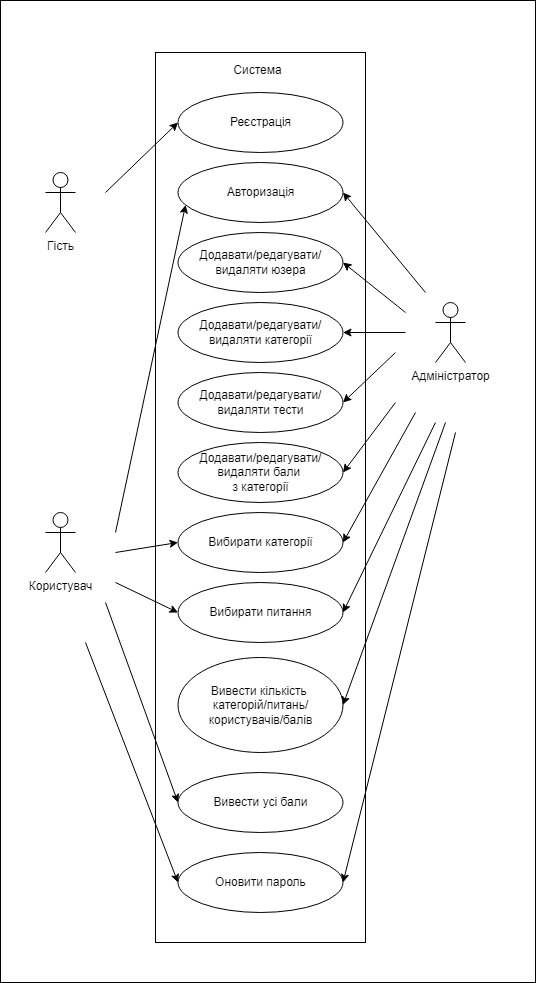
Before: diagrams/usecase.png, a diagram exported from draw.io (YashaBlendeer/VisualNovelGallery). Source tidied: cells renumbered, new cells last; positions are measured from the earlier drawing's top-left corner, leaving out a move shared by most shapes.
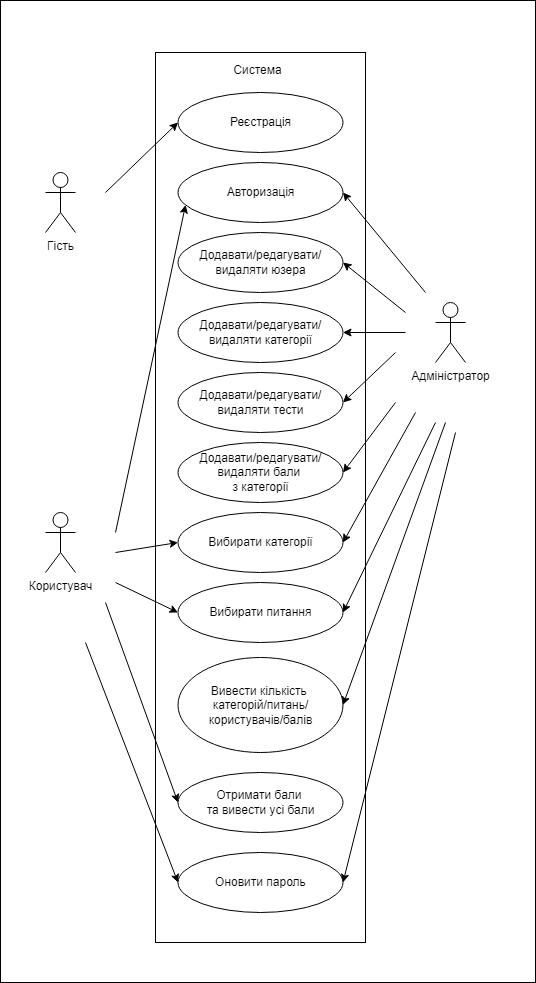
Above is the later version.

Commit message:
update usecase diagram

Change to the diagram source:
```diff
@@ -99,7 +99,7 @@
     <mxCell id="26" value="Система" style="text;html=1;align=center;verticalAlign=middle;strokeColor=none;fillColor=none;" parent="1" vertex="1">
       <mxGeometry x="227" y="60" width="60" height="20" as="geometry" />
     </mxCell>
-    <mxCell id="27" value="Вивести усі бали" style="ellipse;whiteSpace=wrap;html=1;" parent="1" vertex="1">
+    <mxCell id="27" value="Отримати бали &lt;br&gt;та вивести усі бали" style="ellipse;whiteSpace=wrap;html=1;" parent="1" vertex="1">
       <mxGeometry x="177.5" y="772" width="165" height="60" as="geometry" />
     </mxCell>
     <mxCell id="28" style="edgeStyle=orthogonalEdgeStyle;rounded=0;orthogonalLoop=1;jettySize=auto;html=1;exitX=0.5;exitY=1;exitDx=0;exitDy=0;" parent="1" edge="1" source="3" target="3">
```
